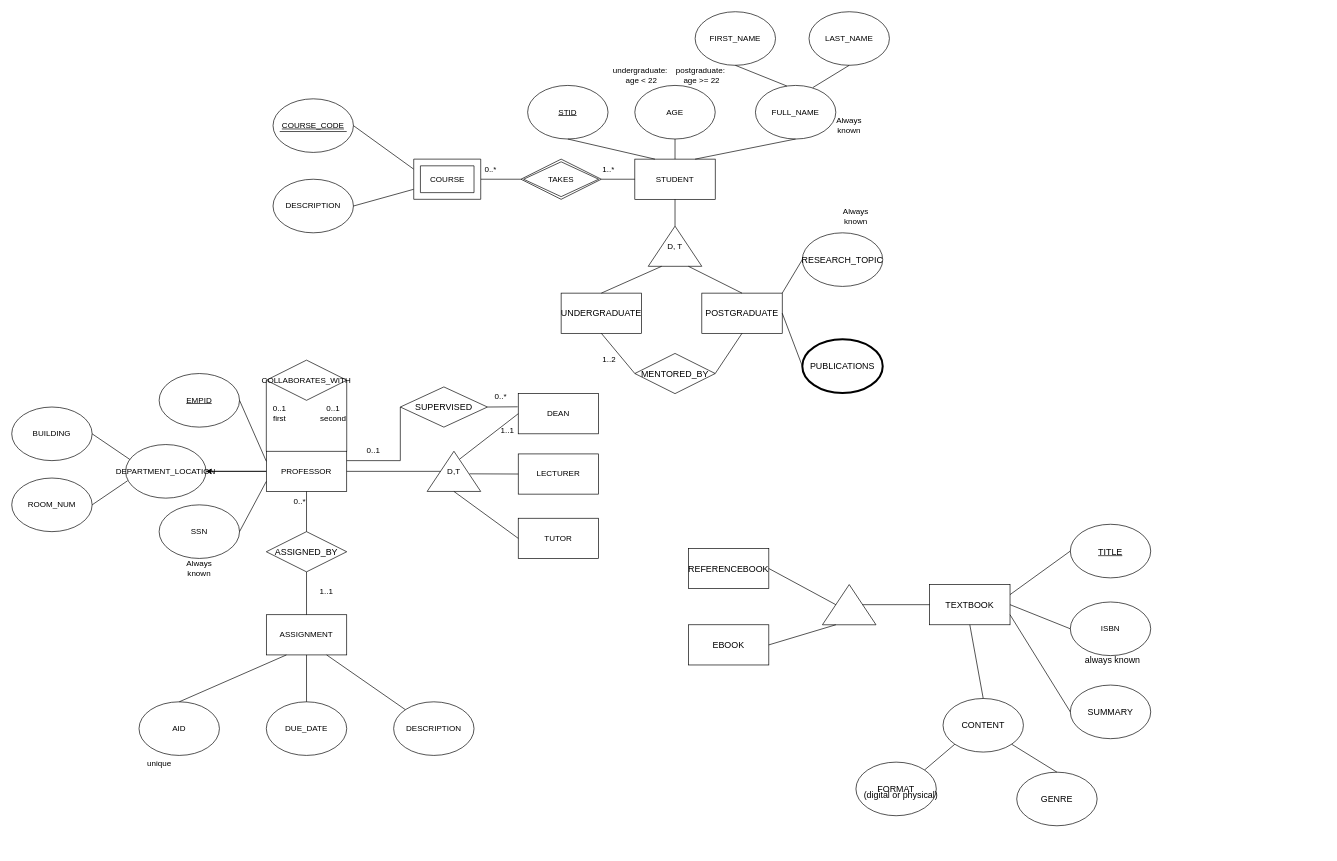
Earlier version of the draw.io diagram DM-HW1_Janis & Cuihuan.drawio (us-ja/Data_Management). Source tidied: cells renumbered, new cells numbered last; positions are measured from the earlier drawing's top-left corner, leaving out a move shared by most shapes. Both pictures are drawn from the tidied source at 67%, with x=0, y=0 at pixel (11, 11).
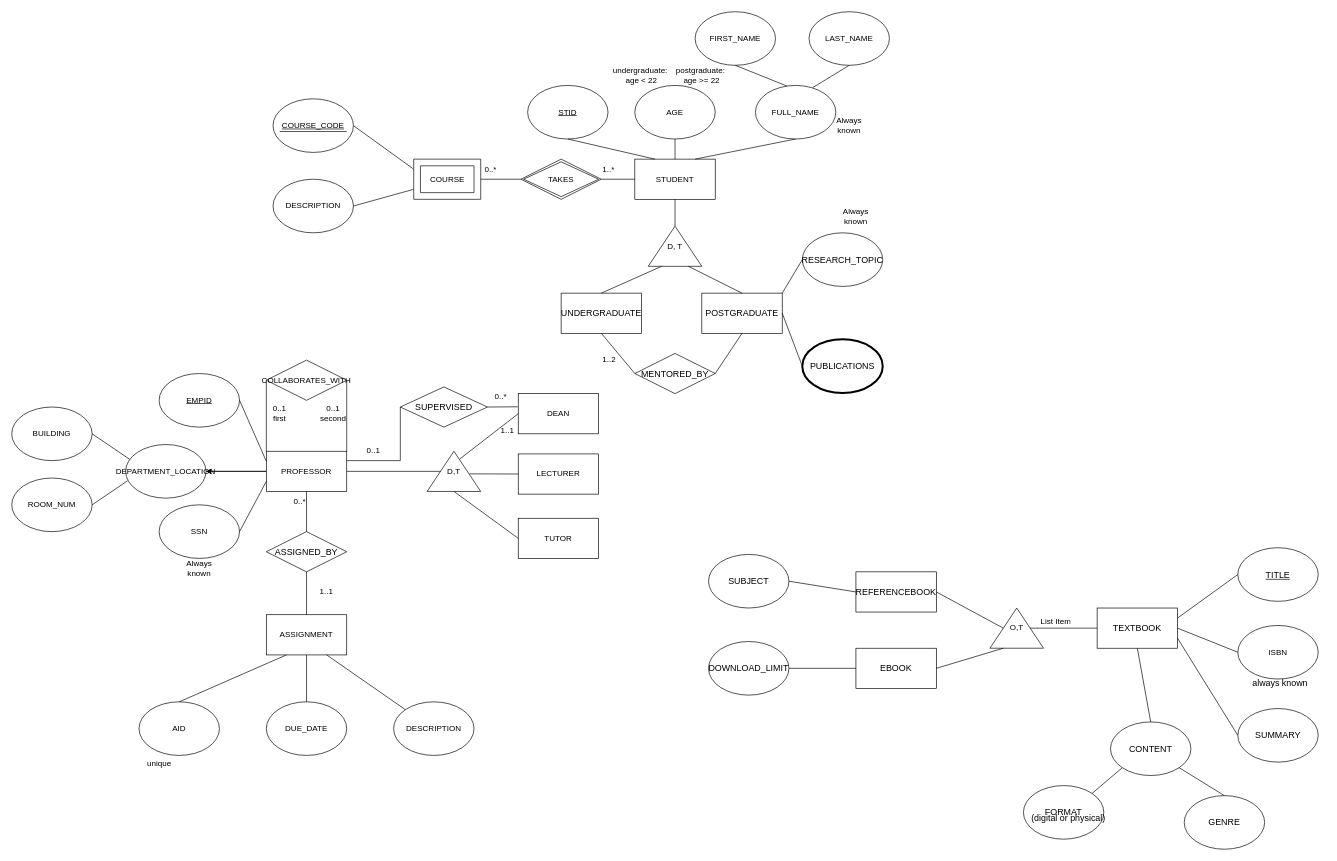
After the change.

Diff of the diagram source:
```diff
@@
     <mxCell id="86" value="&lt;div style=&quot;text-align: start;&quot;&gt;&lt;span style=&quot;font-size: 9.96264pt; font-family: LMRoman10-Regular;&quot;&gt;TEXTBOOK&lt;/span&gt;&lt;/div&gt;" style="rounded=0;whiteSpace=wrap;html=1;" parent="1" vertex="1">
-      <mxGeometry x="1370" y="855" width="120" height="60" as="geometry" />
+      <mxGeometry x="1620" y="890" width="120" height="60" as="geometry" />
     </mxCell>
     <mxCell id="87" value="&lt;div style=&quot;text-align: start;&quot;&gt;&lt;u&gt;&lt;span style=&quot;font-size: 12pt; font-family: STSong;&quot;&gt;&lt;/span&gt;&lt;span style=&quot;font-size: 9.96264pt; font-family: LMRoman10-Regular;&quot;&gt;TITLE&lt;/span&gt;&lt;/u&gt;&lt;/div&gt;" style="ellipse;whiteSpace=wrap;html=1;" parent="1" vertex="1">
-      <mxGeometry x="1580" y="765" width="120" height="80" as="geometry" />
+      <mxGeometry x="1830" y="800" width="120" height="80" as="geometry" />
     </mxCell>
@@
     <mxCell id="89" value="ISBN" style="ellipse;whiteSpace=wrap;html=1;" parent="1" vertex="1">
-      <mxGeometry x="1580" y="881" width="120" height="80" as="geometry" />
+      <mxGeometry x="1830" y="916" width="120" height="80" as="geometry" />
     </mxCell>
     <mxCell id="90" value="&lt;div style=&quot;text-align: start;&quot;&gt;&lt;span style=&quot;font-size: 9.96264pt; font-family: LMRoman10-Regular;&quot;&gt;SUMMARY&lt;/span&gt;&lt;/div&gt;" style="ellipse;whiteSpace=wrap;html=1;" parent="1" vertex="1">
-      <mxGeometry x="1580" y="1005" width="120" height="80" as="geometry" />
+      <mxGeometry x="1830" y="1040" width="120" height="80" as="geometry" />
     </mxCell>
@@
     <mxCell id="93" value="&lt;div style=&quot;text-align: start;&quot;&gt;&lt;span style=&quot;font-size: 9.96264pt; font-family: LMRoman10-Regular;&quot;&gt;CONTENT&lt;/span&gt;&lt;/div&gt;" style="ellipse;whiteSpace=wrap;html=1;" parent="1" vertex="1">
-      <mxGeometry x="1390" y="1025" width="120" height="80" as="geometry" />
+      <mxGeometry x="1640" y="1060" width="120" height="80" as="geometry" />
     </mxCell>
@@
     <mxCell id="95" value="&lt;div style=&quot;text-align: start;&quot;&gt;&lt;span style=&quot;font-size: 9.96264pt; font-family: LMRoman10-Regular;&quot;&gt;GENRE&lt;/span&gt;&lt;/div&gt;" style="ellipse;whiteSpace=wrap;html=1;" parent="1" vertex="1">
-      <mxGeometry x="1500" y="1135" width="120" height="80" as="geometry" />
+      <mxGeometry x="1750" y="1170" width="120" height="80" as="geometry" />
     </mxCell>
     <mxCell id="96" value="&lt;div style=&quot;text-align: start;&quot;&gt;&lt;span style=&quot;font-size: 9.96264pt; font-family: LMRoman10-Regular;&quot;&gt;FORMAT&lt;/span&gt;&lt;/div&gt;" style="ellipse;whiteSpace=wrap;html=1;" parent="1" vertex="1">
-      <mxGeometry x="1260" y="1120" width="120" height="80" as="geometry" />
+      <mxGeometry x="1510" y="1155" width="120" height="80" as="geometry" />
     </mxCell>
     <mxCell id="97" value="&lt;div style=&quot;caret-color: rgb(0, 0, 0); color: rgb(0, 0, 0); font-style: normal; font-variant-caps: normal; font-weight: 400; letter-spacing: normal; orphans: auto; text-align: start; text-indent: 0px; text-transform: none; white-space: normal; widows: auto; word-spacing: 0px; -webkit-text-stroke-width: 0px; text-decoration: none;&quot;&gt;&lt;span style=&quot;font-size: 9.96264pt; font-family: LMRoman10-Regular; color: rgb(0, 0, 0);&quot;&gt;(digital or physical)&lt;/span&gt;&lt;/div&gt;" style="text;whiteSpace=wrap;html=1;" parent="1" vertex="1">
-      <mxGeometry x="1270" y="1155" width="130" height="40" as="geometry" />
+      <mxGeometry x="1520" y="1190" width="130" height="40" as="geometry" />
     </mxCell>
     <mxCell id="98" value="&lt;div style=&quot;caret-color: rgb(0, 0, 0); color: rgb(0, 0, 0); font-style: normal; font-variant-caps: normal; font-weight: 400; letter-spacing: normal; orphans: auto; text-align: start; text-indent: 0px; text-transform: none; white-space: normal; widows: auto; word-spacing: 0px; -webkit-text-stroke-width: 0px; text-decoration: none;&quot;&gt;&lt;span style=&quot;font-size: 12pt; font-family: STSong; color: rgb(0, 0, 0);&quot;&gt;&lt;/span&gt;&lt;span style=&quot;font-size: 9.96264pt; font-family: LMRoman10-Regular; color: rgb(0, 0, 0);&quot;&gt;always known&lt;/span&gt;&lt;/div&gt;" style="text;whiteSpace=wrap;html=1;" parent="1" vertex="1">
-      <mxGeometry x="1600" y="950" width="110" height="40" as="geometry" />
+      <mxGeometry x="1850" y="985" width="110" height="40" as="geometry" />
     </mxCell>
@@
     <mxCell id="101" value="&lt;div style=&quot;caret-color: rgb(0, 0, 0); color: rgb(0, 0, 0); font-style: normal; font-variant-caps: normal; font-weight: 400; letter-spacing: normal; orphans: auto; text-align: start; text-indent: 0px; text-transform: none; white-space: normal; widows: auto; word-spacing: 0px; -webkit-text-stroke-width: 0px; text-decoration: none;&quot;&gt;&lt;span style=&quot;font-size: 9.96264pt; font-family: LMRoman10-Regular; color: rgb(0, 0, 0);&quot;&gt;REFERENCEBOOK&lt;/span&gt;&lt;/div&gt;" style="rounded=0;whiteSpace=wrap;html=1;" parent="1" vertex="1">
-      <mxGeometry x="1010" y="801" width="120" height="60" as="geometry" />
+      <mxGeometry x="1260" y="836" width="120" height="60" as="geometry" />
     </mxCell>
@@
-    <mxCell id="104" style="triangle;whiteSpace=wrap;html=1;direction=north;" parent="1" vertex="1">
-      <mxGeometry x="1210" y="855" width="80" height="60" as="geometry" />
+    <mxCell id="104" value="O,T" style="triangle;whiteSpace=wrap;html=1;direction=north;" parent="1" vertex="1">
+      <mxGeometry x="1460" y="890" width="80" height="60" as="geometry" />
     </mxCell>
     <mxCell id="105" value="&lt;div style=&quot;text-align: start;&quot;&gt;&lt;span style=&quot;font-size: 9.96264pt; font-family: LMRoman10-Regular;&quot;&gt;EBOOK&lt;/span&gt;&lt;/div&gt;" style="rounded=0;whiteSpace=wrap;html=1;" parent="1" vertex="1">
-      <mxGeometry x="1010" y="915" width="120" height="60" as="geometry" />
+      <mxGeometry x="1260" y="950" width="120" height="60" as="geometry" />
     </mxCell>
@@
+    <mxCell id="110" value="&lt;div style=&quot;text-align: start;&quot;&gt;&lt;span style=&quot;font-size: 9.96264pt; font-family: LMRoman10-Regular;&quot;&gt;SUBJECT&lt;/span&gt;&lt;/div&gt;" style="ellipse;whiteSpace=wrap;html=1;" parent="1" vertex="1">
+      <mxGeometry x="1040" y="810" width="120" height="80" as="geometry" />
+    </mxCell>
@@
+    <mxCell id="111" value="&lt;div style=&quot;text-align: start;&quot;&gt;&lt;span style=&quot;font-size: 9.96264pt; font-family: LMRoman10-Regular;&quot;&gt;DOWN&lt;/span&gt;&lt;span style=&quot;font-family: LMRoman10-Regular; font-size: 9.96264pt;&quot;&gt;LOAD_LIMIT&lt;/span&gt;&lt;/div&gt;" style="ellipse;whiteSpace=wrap;html=1;" parent="1" vertex="1">
+      <mxGeometry x="1040" y="940" width="120" height="80" as="geometry" />
+    </mxCell>
+    <mxCell id="112" style="endArrow=none;html=1;rounded=0;entryX=0;entryY=0.5;entryDx=0;entryDy=0;exitX=1;exitY=0.5;exitDx=0;exitDy=0;" parent="1" edge="1" source="110" target="101">
+      <mxGeometry relative="1" as="geometry" />
+    </mxCell>
+    <mxCell id="113" style="endArrow=none;html=1;rounded=0;entryX=0;entryY=0.5;entryDx=0;entryDy=0;exitX=1;exitY=0.5;exitDx=0;exitDy=0;" parent="1" edge="1" source="111" target="105">
+      <mxGeometry relative="1" as="geometry" />
+    </mxCell>
+    <mxCell id="114" value="List Item" style="text;strokeColor=none;fillColor=none;align=left;verticalAlign=middle;spacingLeft=4;spacingRight=4;overflow=hidden;whiteSpace=wrap;html=1;" parent="1" vertex="1">
+      <mxGeometry x="1530" y="896" width="80" height="30" as="geometry" />
+    </mxCell>
```
